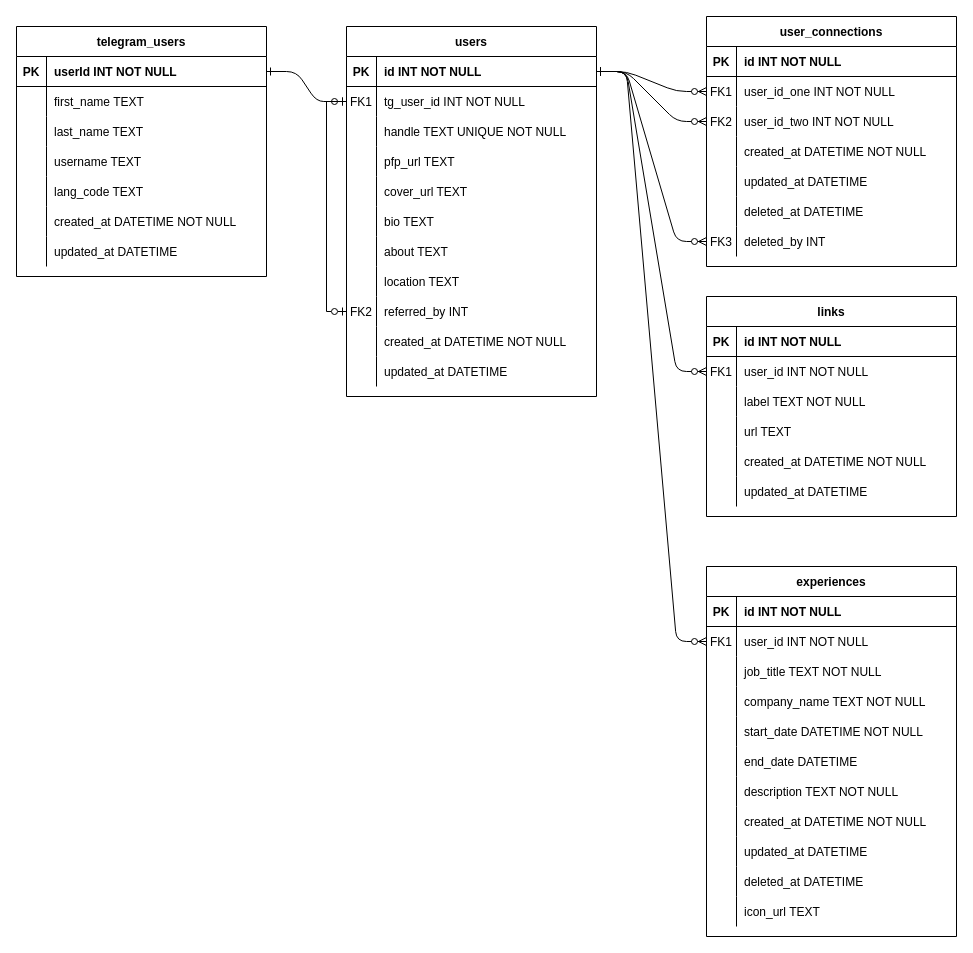
Above: tg-profile-entity-class-diagram.drawio in ImWaynnee/tg-profile-class-diagram (draw.io), before the change. Source tidied: cells renumbered, new cells numbered last; positions are measured from the earlier drawing's top-left corner, leaving out a move shared by most shapes. Both pictures are drawn from the tidied source at 100%, with x=0, y=0 at pixel (16, 16).
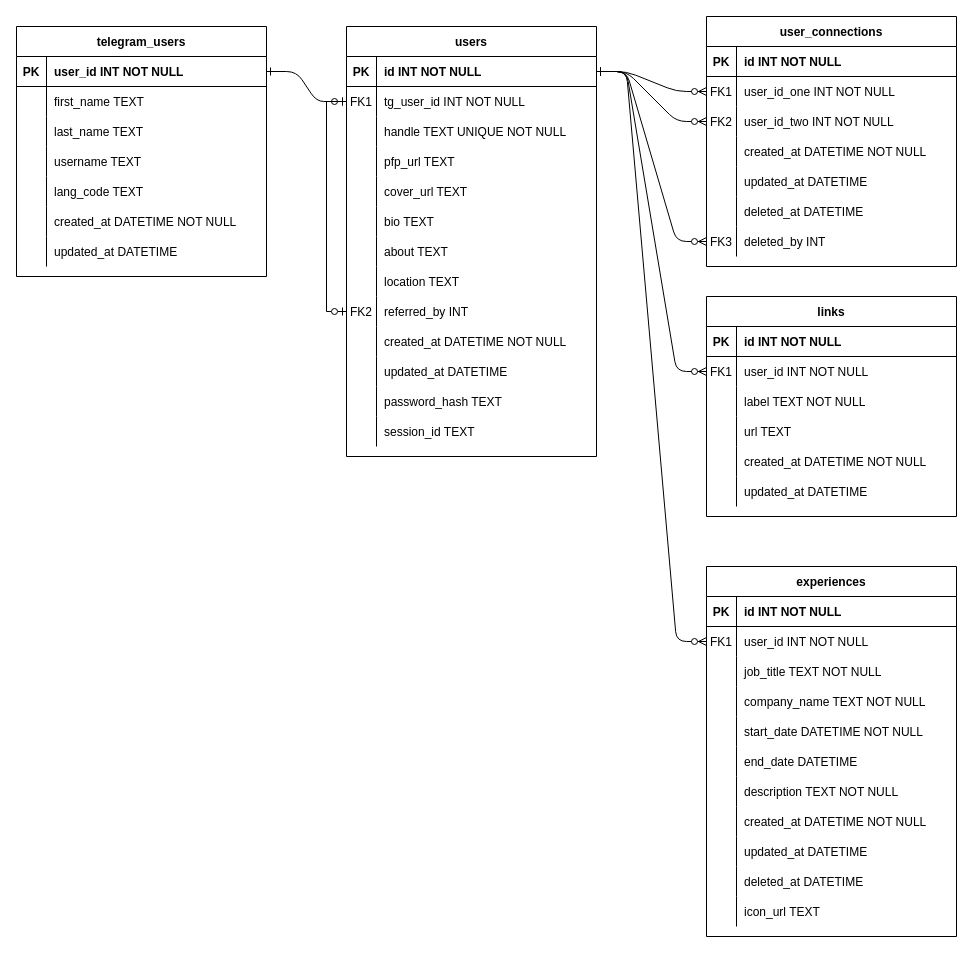
After the change.

The change refers to these unchanged cells:
```xml
<mxCell id="58" style="shape=partialRectangle;fillColor=none;points=[[0,0.5],[1,0.5]];portConstraint=eastwest;top=0;left=0;right=0;bottom=1;" parent="57" vertex="1">
  <mxGeometry y="30" width="250" height="30" as="geometry" />
</mxCell>
```

Change to the diagram source:
```diff
@@
     <mxCell id="4" value="users" style="shape=table;startSize=30;childLayout=tableLayout;rowLines=0;fontStyle=1;align=center;" parent="1" vertex="1">
-      <mxGeometry x="330" y="10" width="250" height="370" as="geometry" />
+      <mxGeometry x="330" y="10" width="250" height="430" as="geometry" />
     </mxCell>
@@
+    <mxCell id="141" style="shape=partialRectangle;fillColor=none;top=0;left=0;right=0;bottom=0;" parent="4" vertex="1">
+      <mxGeometry y="330" width="250" height="30" as="geometry" />
+    </mxCell>
+    <mxCell id="142" style="shape=partialRectangle;overflow=hidden;fillColor=none;top=0;left=0;bottom=0;right=0;" parent="141" vertex="1">
+      <mxGeometry width="30" height="30" as="geometry" />
+    </mxCell>
+    <mxCell id="143" value="updated_at DATETIME" style="shape=partialRectangle;overflow=hidden;fillColor=none;top=0;left=0;bottom=0;right=0;align=left;spacingLeft=6;" parent="141" vertex="1">
+      <mxGeometry x="30" width="220" height="30" as="geometry" />
+    </mxCell>
+    <mxCell id="144" style="shape=partialRectangle;fillColor=none;top=0;left=0;right=0;bottom=0;" parent="4" vertex="1">
+      <mxGeometry y="360" width="250" height="30" as="geometry" />
+    </mxCell>
+    <mxCell id="145" style="shape=partialRectangle;overflow=hidden;fillColor=none;top=0;left=0;bottom=0;right=0;" parent="144" vertex="1">
+      <mxGeometry width="30" height="30" as="geometry" />
+    </mxCell>
+    <mxCell id="146" value="password_hash TEXT" style="shape=partialRectangle;overflow=hidden;fillColor=none;top=0;left=0;bottom=0;right=0;align=left;spacingLeft=6;" parent="144" vertex="1">
+      <mxGeometry x="30" width="220" height="30" as="geometry" />
+    </mxCell>
     <mxCell id="35" style="shape=partialRectangle;fillColor=none;top=0;left=0;right=0;bottom=0;" parent="4" vertex="1">
-      <mxGeometry y="330" width="250" height="30" as="geometry" />
+      <mxGeometry y="390" width="250" height="30" as="geometry" />
     </mxCell>
@@
-    <mxCell id="37" value="updated_at DATETIME" style="shape=partialRectangle;overflow=hidden;fillColor=none;top=0;left=0;bottom=0;right=0;align=left;spacingLeft=6;" parent="35" vertex="1">
+    <mxCell id="37" value="session_id TEXT" style="shape=partialRectangle;overflow=hidden;fillColor=none;top=0;left=0;bottom=0;right=0;align=left;spacingLeft=6;" parent="35" vertex="1">
       <mxGeometry x="30" width="220" height="30" as="geometry" />
     </mxCell>
@@
-    <mxCell id="60" value="userId INT NOT NULL " style="shape=partialRectangle;overflow=hidden;fillColor=none;top=0;left=0;bottom=0;right=0;align=left;spacingLeft=6;fontStyle=1;" parent="58" vertex="1">
+    <mxCell id="60" value="user_id INT NOT NULL " style="shape=partialRectangle;overflow=hidden;fillColor=none;top=0;left=0;bottom=0;right=0;align=left;spacingLeft=6;fontStyle=1;" parent="58" vertex="1">
       <mxGeometry x="30" width="220" height="30" as="geometry" />
     </mxCell>
```
